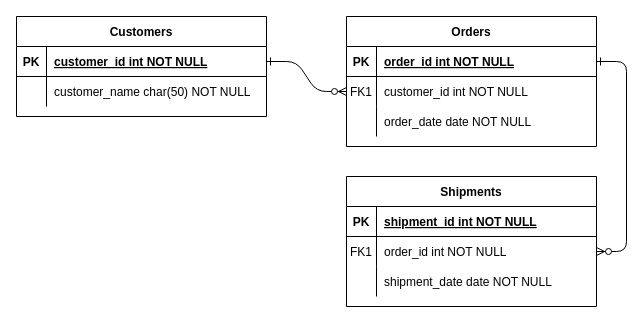
Earlier version of the draw.io diagram 题库模型图.drawio (cyxsissie/diagrams). Source tidied: cells renumbered, new cells numbered last; positions are measured from the earlier drawing's top-left corner, leaving out a move shared by most shapes. Both pictures are drawn from the tidied source at 100%, with x=0, y=0 at pixel (16, 16).
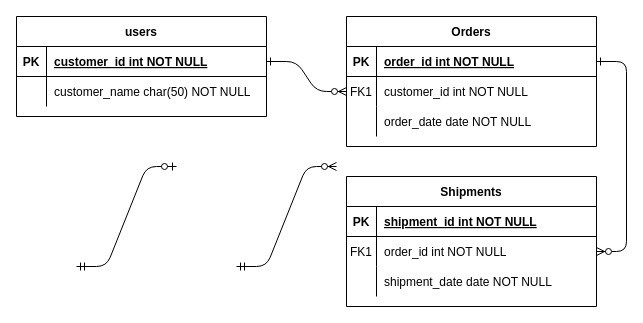
The same diagram, later.

Commit message:
更新题库模型图.drawio

Diff of the diagram source:
```diff
@@
-    <mxCell id="24" value="Customers" style="shape=table;startSize=30;childLayout=tableLayout;rowLines=0;fontStyle=1;align=center;" parent="1" vertex="1">
+    <mxCell id="24" value="users" style="shape=table;startSize=30;childLayout=tableLayout;rowLines=0;fontStyle=1;align=center;" parent="1" vertex="1">
       <mxGeometry width="250" height="100" as="geometry" />
     </mxCell>
@@
+    <mxCell id="31" style="edgeStyle=entityRelationEdgeStyle;fontSize=12;html=1;endArrow=ERzeroToOne;startArrow=ERmandOne;" parent="1" edge="1">
+      <mxGeometry relative="1" as="geometry">
+        <mxPoint x="60" y="250" as="sourcePoint" />
+        <mxPoint x="160" y="150" as="targetPoint" />
+      </mxGeometry>
+    </mxCell>
+    <mxCell id="32" style="edgeStyle=entityRelationEdgeStyle;fontSize=12;html=1;endArrow=ERzeroToMany;startArrow=ERmandOne;" parent="1" edge="1">
+      <mxGeometry relative="1" as="geometry">
+        <mxPoint x="220" y="250" as="sourcePoint" />
+        <mxPoint x="320" y="150" as="targetPoint" />
+      </mxGeometry>
+    </mxCell>
```
